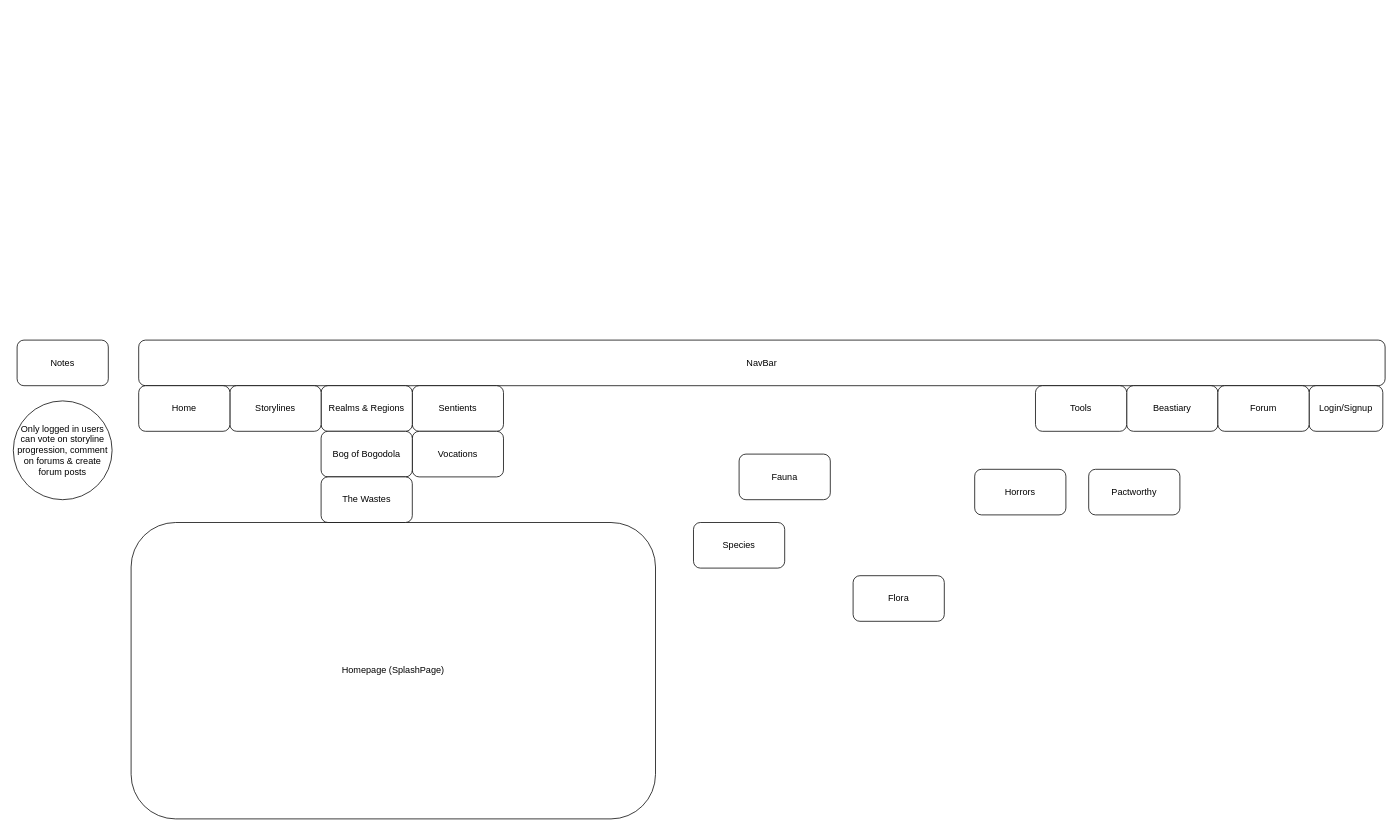
Earlier version of the draw.io diagram avernusWebStructure.drawio (WiseFool92/Avernus). Source tidied: cells renumbered, new cells numbered last; positions are measured from the earlier drawing's top-left corner, leaving out a move shared by most shapes. Both pictures are drawn from the tidied source at 76%, with x=0, y=0 at pixel (13, 340).
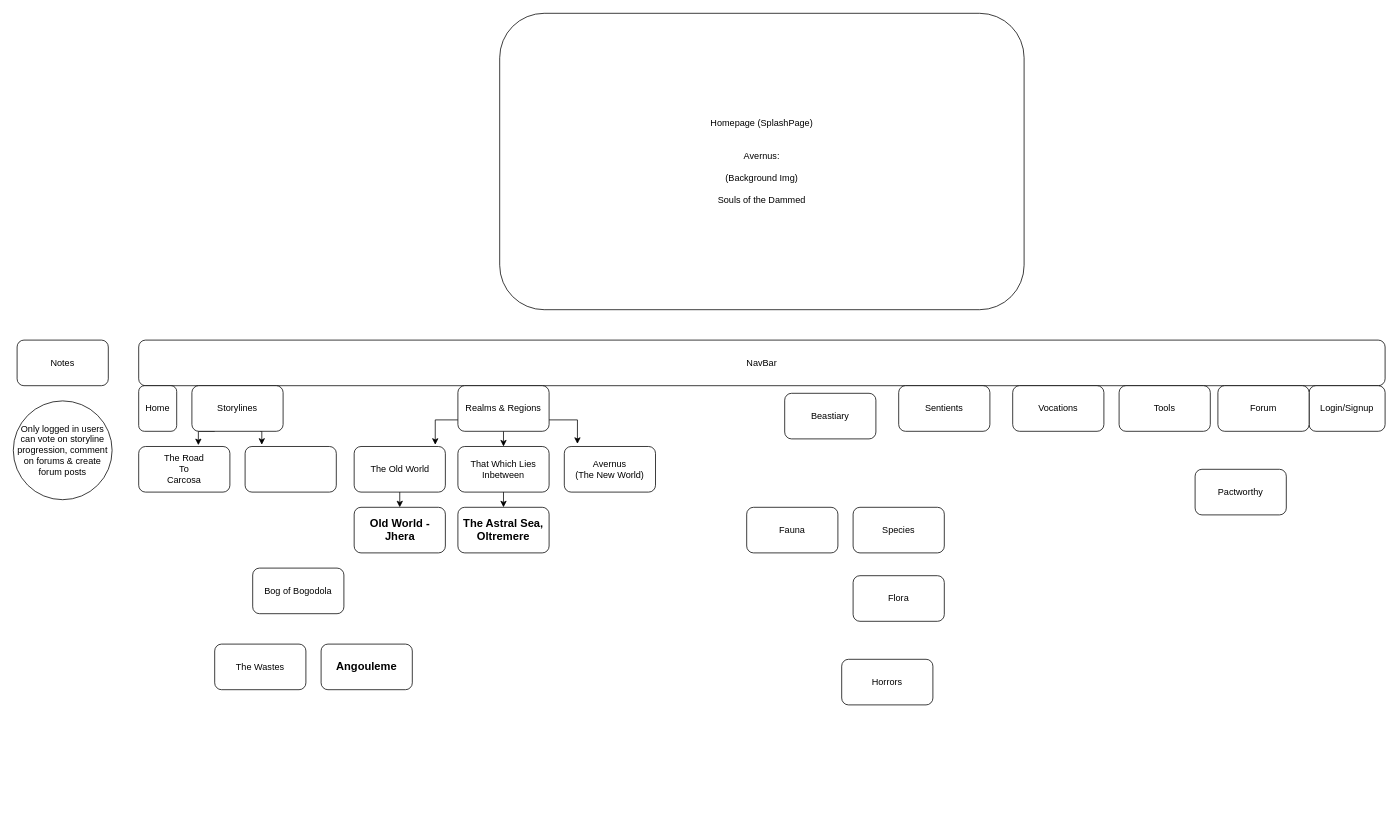
After the change.

Commit message:
continued structuring

The edit, as a diff of the source:
```diff
@@
-    <mxCell id="3" value="Homepage (SplashPage)" style="rounded=1;whiteSpace=wrap;html=1;" parent="1" vertex="1">
-      <mxGeometry x="155" y="240" width="690" height="390" as="geometry" />
+    <mxCell id="3" value="Homepage (SplashPage)&lt;br&gt;&lt;br&gt;&lt;br&gt;Avernus:&lt;br&gt;&lt;br&gt;(Background Img)&lt;br&gt;&lt;br&gt;Souls of the Dammed" style="rounded=1;whiteSpace=wrap;html=1;" parent="1" vertex="1">
+      <mxGeometry x="640" y="-430" width="690" height="390" as="geometry" />
     </mxCell>
     <mxCell id="4" value="Sentients" style="rounded=1;whiteSpace=wrap;html=1;" parent="1" vertex="1">
-      <mxGeometry x="525" y="60" width="120" height="60" as="geometry" />
+      <mxGeometry x="1165" y="60" width="120" height="60" as="geometry" />
     </mxCell>
     <mxCell id="5" value="Beastiary" style="rounded=1;whiteSpace=wrap;html=1;" parent="1" vertex="1">
-      <mxGeometry x="1465" y="60" width="120" height="60" as="geometry" />
+      <mxGeometry x="1015" y="70" width="120" height="60" as="geometry" />
     </mxCell>
+    <mxCell id="22" style="edgeStyle=orthogonalEdgeStyle;rounded=0;jettySize=auto;html=1;exitX=0;exitY=0.75;exitDx=0;exitDy=0;entryX=0.889;entryY=-0.038;entryDx=0;entryDy=0;entryPerimeter=0;" parent="1" edge="1" source="6" target="34">
+      <mxGeometry relative="1" as="geometry" />
+    </mxCell>
+    <mxCell id="23" style="edgeStyle=orthogonalEdgeStyle;rounded=0;jettySize=auto;html=1;exitX=1;exitY=0.75;exitDx=0;exitDy=0;entryX=0.144;entryY=-0.058;entryDx=0;entryDy=0;entryPerimeter=0;" parent="1" edge="1" source="6" target="36">
+      <mxGeometry relative="1" as="geometry" />
+    </mxCell>
+    <mxCell id="24" style="edgeStyle=orthogonalEdgeStyle;rounded=0;jettySize=auto;html=1;exitX=0.5;exitY=1;exitDx=0;exitDy=0;entryX=0.5;entryY=0;entryDx=0;entryDy=0;" parent="1" edge="1" source="6" target="32">
+      <mxGeometry relative="1" as="geometry" />
+    </mxCell>
     <mxCell id="6" value="Realms &amp;amp; Regions" style="rounded=1;whiteSpace=wrap;html=1;" parent="1" vertex="1">
-      <mxGeometry x="405" y="60" width="120" height="60" as="geometry" />
+      <mxGeometry x="585" y="60" width="120" height="60" as="geometry" />
     </mxCell>
+    <mxCell id="25" style="edgeStyle=orthogonalEdgeStyle;rounded=0;jettySize=auto;html=1;exitX=0.25;exitY=1;exitDx=0;exitDy=0;entryX=0.654;entryY=-0.029;entryDx=0;entryDy=0;entryPerimeter=0;" parent="1" edge="1" source="7" target="27">
+      <mxGeometry relative="1" as="geometry" />
+    </mxCell>
+    <mxCell id="26" style="edgeStyle=orthogonalEdgeStyle;rounded=0;jettySize=auto;html=1;exitX=0.75;exitY=1;exitDx=0;exitDy=0;entryX=0.183;entryY=-0.038;entryDx=0;entryDy=0;entryPerimeter=0;" parent="1" edge="1" source="7" target="35">
+      <mxGeometry relative="1" as="geometry" />
+    </mxCell>
     <mxCell id="7" value="Storylines" style="rounded=1;whiteSpace=wrap;html=1;" parent="1" vertex="1">
-      <mxGeometry x="285" y="60" width="120" height="60" as="geometry" />
+      <mxGeometry x="235" y="60" width="120" height="60" as="geometry" />
     </mxCell>
     <mxCell id="8" value="Home" style="rounded=1;whiteSpace=wrap;html=1;" parent="1" vertex="1">
-      <mxGeometry x="165" y="60" width="120" height="60" as="geometry" />
+      <mxGeometry x="165" y="60" width="50" height="60" as="geometry" />
     </mxCell>
     <mxCell id="9" value="Login/Signup" style="rounded=1;whiteSpace=wrap;html=1;" parent="1" vertex="1">
-      <mxGeometry x="1705" y="60" width="97" height="60" as="geometry" />
+      <mxGeometry x="1705" y="60" width="100" height="60" as="geometry" />
     </mxCell>
@@
     <mxCell id="13" value="Tools" style="rounded=1;whiteSpace=wrap;html=1;" parent="1" vertex="1">
-      <mxGeometry x="1345" y="60" width="120" height="60" as="geometry" />
+      <mxGeometry x="1455" y="60" width="120" height="60" as="geometry" />
     </mxCell>
     <mxCell id="14" value="Pactworthy" style="rounded=1;whiteSpace=wrap;html=1;" parent="1" vertex="1">
-      <mxGeometry x="1415" y="170" width="120" height="60" as="geometry" />
+      <mxGeometry x="1555" y="170" width="120" height="60" as="geometry" />
     </mxCell>
     <mxCell id="15" value="Vocations" style="rounded=1;whiteSpace=wrap;html=1;" parent="1" vertex="1">
-      <mxGeometry x="525" y="120" width="120" height="60" as="geometry" />
+      <mxGeometry x="1315" y="60" width="120" height="60" as="geometry" />
     </mxCell>
@@
     <mxCell id="17" value="Fauna" style="rounded=1;whiteSpace=wrap;html=1;" parent="1" vertex="1">
-      <mxGeometry x="955" y="150" width="120" height="60" as="geometry" />
+      <mxGeometry x="965" y="220" width="120" height="60" as="geometry" />
     </mxCell>
     <mxCell id="18" value="Horrors" style="rounded=1;whiteSpace=wrap;html=1;" parent="1" vertex="1">
-      <mxGeometry x="1265" y="170" width="120" height="60" as="geometry" />
+      <mxGeometry x="1090" y="420" width="120" height="60" as="geometry" />
     </mxCell>
     <mxCell id="19" value="Bog of Bogodola" style="rounded=1;whiteSpace=wrap;html=1;" parent="1" vertex="1">
-      <mxGeometry x="405" y="120" width="120" height="60" as="geometry" />
+      <mxGeometry x="315" y="300" width="120" height="60" as="geometry" />
     </mxCell>
     <mxCell id="20" value="The Wastes" style="rounded=1;whiteSpace=wrap;html=1;" parent="1" vertex="1">
-      <mxGeometry x="405" y="180" width="120" height="60" as="geometry" />
+      <mxGeometry x="265" y="400" width="120" height="60" as="geometry" />
     </mxCell>
     <mxCell id="21" value="Species" style="rounded=1;whiteSpace=wrap;html=1;" parent="1" vertex="1">
-      <mxGeometry x="895" y="240" width="120" height="60" as="geometry" />
+      <mxGeometry x="1105" y="220" width="120" height="60" as="geometry" />
     </mxCell>
+    <mxCell id="27" value="The Road &lt;br&gt;To &lt;br&gt;Carcosa" style="rounded=1;whiteSpace=wrap;html=1;" parent="1" vertex="1">
+      <mxGeometry x="165" y="140" width="120" height="60" as="geometry" />
+    </mxCell>
+    <mxCell id="28" value="&lt;span id=&quot;docs-internal-guid-9ecfc5c2-7fff-ffec-b2f2-c543b6a55d40&quot;&gt;&lt;span style=&quot;font-size: 11pt ; font-family: &amp;#34;arial&amp;#34; ; color: rgb(0 , 0 , 0) ; background-color: transparent ; font-weight: 700 ; vertical-align: baseline&quot;&gt;The Astral Sea, Oltremere&lt;/span&gt;&lt;/span&gt;" style="rounded=1;whiteSpace=wrap;html=1;" parent="1" vertex="1">
+      <mxGeometry x="585" y="220" width="120" height="60" as="geometry" />
+    </mxCell>
+    <mxCell id="29" value="&lt;span id=&quot;docs-internal-guid-7a76d290-7fff-7b08-dd98-a0d1e459a750&quot;&gt;&lt;span style=&quot;font-size: 11pt ; font-family: &amp;#34;arial&amp;#34; ; color: rgb(0 , 0 , 0) ; background-color: transparent ; font-weight: 700 ; vertical-align: baseline&quot;&gt;Angouleme&lt;/span&gt;&lt;/span&gt;" style="rounded=1;whiteSpace=wrap;html=1;" parent="1" vertex="1">
+      <mxGeometry x="405" y="400" width="120" height="60" as="geometry" />
+    </mxCell>
+    <mxCell id="30" value="&lt;span id=&quot;docs-internal-guid-67f59163-7fff-c45c-9e23-70519f41a241&quot;&gt;&lt;span style=&quot;font-size: 11pt ; font-family: &amp;#34;arial&amp;#34; ; color: rgb(0 , 0 , 0) ; background-color: transparent ; font-weight: 700 ; vertical-align: baseline&quot;&gt;Old World - Jhera&lt;/span&gt;&lt;/span&gt;" style="rounded=1;whiteSpace=wrap;html=1;" parent="1" vertex="1">
+      <mxGeometry x="448.5" y="220" width="120" height="60" as="geometry" />
+    </mxCell>
+    <mxCell id="31" style="edgeStyle=orthogonalEdgeStyle;rounded=0;jettySize=auto;html=1;exitX=0.5;exitY=1;exitDx=0;exitDy=0;entryX=0.5;entryY=0;entryDx=0;entryDy=0;" parent="1" edge="1" source="32" target="28">
+      <mxGeometry relative="1" as="geometry" />
+    </mxCell>
+    <mxCell id="32" value="That Which Lies Inbetween" style="rounded=1;whiteSpace=wrap;html=1;" parent="1" vertex="1">
+      <mxGeometry x="585" y="140" width="120" height="60" as="geometry" />
+    </mxCell>
+    <mxCell id="33" style="edgeStyle=orthogonalEdgeStyle;rounded=0;jettySize=auto;html=1;exitX=0.5;exitY=1;exitDx=0;exitDy=0;entryX=0.5;entryY=0;entryDx=0;entryDy=0;" parent="1" edge="1" source="34" target="30">
+      <mxGeometry relative="1" as="geometry" />
+    </mxCell>
+    <mxCell id="34" value="The Old World" style="rounded=1;whiteSpace=wrap;html=1;" parent="1" vertex="1">
+      <mxGeometry x="448.5" y="140" width="120" height="60" as="geometry" />
+    </mxCell>
+    <mxCell id="35" style="rounded=1;whiteSpace=wrap;html=1;" parent="1" vertex="1">
+      <mxGeometry x="305" y="140" width="120" height="60" as="geometry" />
+    </mxCell>
+    <mxCell id="36" value="Avernus &lt;br&gt;(The New World)" style="rounded=1;whiteSpace=wrap;html=1;" parent="1" vertex="1">
+      <mxGeometry x="725" y="140" width="120" height="60" as="geometry" />
+    </mxCell>
```
